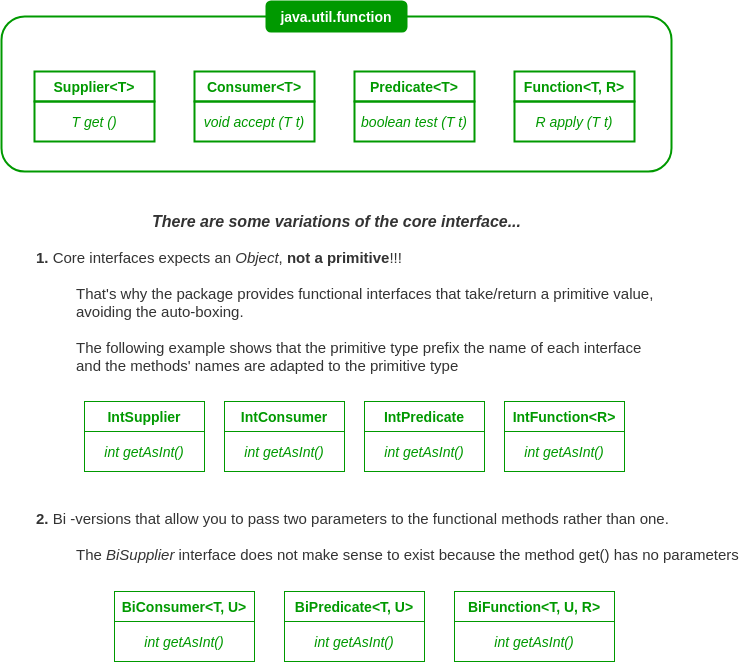
This is lambda_and_functional_interfaces/readme_resources/core-functional-interfaces.png from giuseppeiacono/OCP-Java-SE-8, a draw.io export, as it was before one commit. Source tidied: cells renumbered, new cells last; positions are measured from the earlier drawing's top-left corner, leaving out a move shared by most shapes.
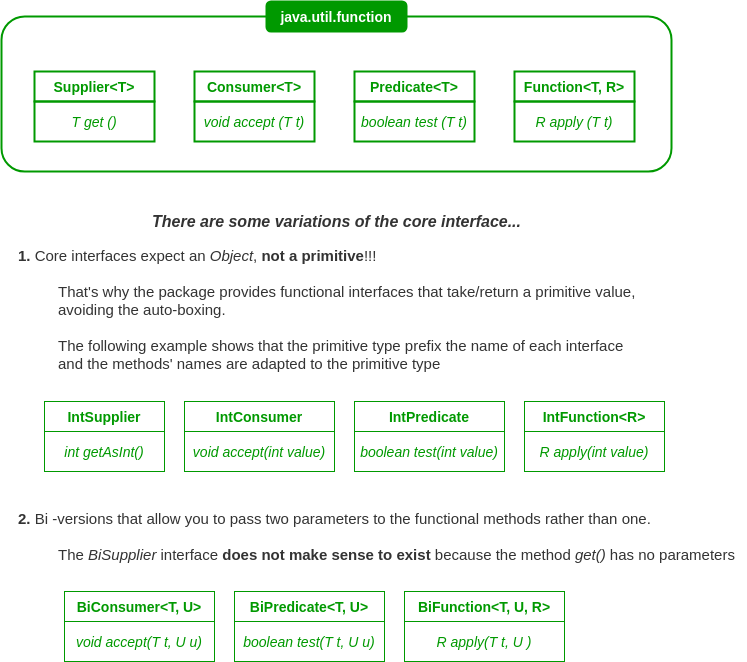
Later version of the same file.

Change to the diagram source:
```diff
@@ -48,55 +48,55 @@
       <mxGeometry x="145" y="210" width="380" height="20" as="geometry" />
     </mxCell>
     <mxCell id="17" value="&lt;b&gt;&lt;font color=&quot;#009900&quot;&gt;IntSupplier&lt;/font&gt;&lt;/b&gt;" style="rounded=0;whiteSpace=wrap;html=1;strokeColor=#009900;strokeWidth=1;fillColor=none;fontSize=14;fontColor=#FFFFFF;" parent="1" vertex="1">
-      <mxGeometry x="83" y="400" width="120" height="30" as="geometry" />
+      <mxGeometry x="43" y="400" width="120" height="30" as="geometry" />
     </mxCell>
     <mxCell id="18" value="&lt;b&gt;&lt;font color=&quot;#009900&quot;&gt;IntConsumer&lt;br&gt;&lt;/font&gt;&lt;/b&gt;" style="rounded=0;whiteSpace=wrap;html=1;strokeColor=#009900;strokeWidth=1;fillColor=none;fontSize=14;fontColor=#FFFFFF;" parent="1" vertex="1">
-      <mxGeometry x="223" y="400" width="120" height="30" as="geometry" />
+      <mxGeometry x="183" y="400" width="150" height="30" as="geometry" />
     </mxCell>
     <mxCell id="19" value="&lt;b&gt;&lt;font color=&quot;#009900&quot;&gt;IntPredicate&lt;br&gt;&lt;/font&gt;&lt;/b&gt;" style="rounded=0;whiteSpace=wrap;html=1;strokeColor=#009900;strokeWidth=1;fillColor=none;fontSize=14;fontColor=#FFFFFF;" parent="1" vertex="1">
-      <mxGeometry x="363" y="400" width="120" height="30" as="geometry" />
+      <mxGeometry x="353" y="400" width="150" height="30" as="geometry" />
     </mxCell>
     <mxCell id="20" value="Text" style="text;html=1;align=center;verticalAlign=middle;fontSize=16;fontColor=#FFFFFF;" parent="1" vertex="1">
       <mxGeometry x="122" y="298" width="40" height="20" as="geometry" />
     </mxCell>
-    <mxCell id="21" value="&lt;font style=&quot;font-size: 15px&quot;&gt;&lt;b&gt;1. &lt;/b&gt;Core interfaces expects an &lt;i&gt;Object&lt;/i&gt;, &lt;b&gt;not a primitive&lt;/b&gt;!!!&amp;nbsp;&lt;br&gt;&lt;br&gt;&lt;/font&gt;&lt;blockquote style=&quot;margin: 0 0 0 40px ; border: none ; padding: 0px&quot;&gt;&lt;font style=&quot;font-size: 15px&quot;&gt;That's why the package provides functional interfaces that take/return&amp;nbsp;&lt;/font&gt;&lt;font style=&quot;font-size: 15px&quot;&gt;a primitive value,&amp;nbsp;&lt;/font&gt;&lt;/blockquote&gt;&lt;blockquote style=&quot;margin: 0 0 0 40px ; border: none ; padding: 0px&quot;&gt;&lt;span&gt;avoiding the auto-boxing.&lt;/span&gt;&lt;/blockquote&gt;&lt;blockquote style=&quot;margin: 0 0 0 40px ; border: none ; padding: 0px&quot;&gt;&lt;span&gt;&lt;br&gt;&lt;/span&gt;&lt;/blockquote&gt;&lt;blockquote style=&quot;margin: 0 0 0 40px ; border: none ; padding: 0px&quot;&gt;&lt;span&gt;The following example shows that the primitive type prefix the name of each interface&lt;/span&gt;&lt;/blockquote&gt;&lt;blockquote style=&quot;margin: 0 0 0 40px ; border: none ; padding: 0px&quot;&gt;&lt;span&gt;and the methods' names are adapted to the primitive type&lt;/span&gt;&lt;/blockquote&gt;" style="text;html=1;align=left;verticalAlign=middle;fontSize=15;fontColor=#333333;" parent="1" vertex="1">
-      <mxGeometry x="33" y="245" width="640" height="130" as="geometry" />
+    <mxCell id="21" value="&lt;font style=&quot;font-size: 15px&quot;&gt;&lt;b&gt;1. &lt;/b&gt;Core interfaces expect an &lt;i&gt;Object&lt;/i&gt;, &lt;b&gt;not a primitive&lt;/b&gt;!!!&amp;nbsp;&lt;br&gt;&lt;br&gt;&lt;/font&gt;&lt;blockquote style=&quot;margin: 0 0 0 40px ; border: none ; padding: 0px&quot;&gt;&lt;font style=&quot;font-size: 15px&quot;&gt;That's why the package provides functional interfaces that take/return&amp;nbsp;&lt;/font&gt;&lt;font style=&quot;font-size: 15px&quot;&gt;a primitive value,&amp;nbsp;&lt;/font&gt;&lt;/blockquote&gt;&lt;blockquote style=&quot;margin: 0 0 0 40px ; border: none ; padding: 0px&quot;&gt;&lt;span&gt;avoiding the auto-boxing.&lt;/span&gt;&lt;/blockquote&gt;&lt;blockquote style=&quot;margin: 0 0 0 40px ; border: none ; padding: 0px&quot;&gt;&lt;span&gt;&lt;br&gt;&lt;/span&gt;&lt;/blockquote&gt;&lt;blockquote style=&quot;margin: 0 0 0 40px ; border: none ; padding: 0px&quot;&gt;&lt;span&gt;The following example shows that the primitive type prefix the name of each interface&lt;/span&gt;&lt;/blockquote&gt;&lt;blockquote style=&quot;margin: 0 0 0 40px ; border: none ; padding: 0px&quot;&gt;&lt;span&gt;and the methods' names are adapted to the primitive type&lt;/span&gt;&lt;/blockquote&gt;" style="text;html=1;align=left;verticalAlign=middle;fontSize=15;fontColor=#333333;" parent="1" vertex="1">
+      <mxGeometry x="15" y="243" width="640" height="130" as="geometry" />
     </mxCell>
     <mxCell id="22" value="&lt;b&gt;&lt;font color=&quot;#009900&quot;&gt;IntFunction&amp;lt;R&amp;gt;&lt;/font&gt;&lt;/b&gt;" style="rounded=0;whiteSpace=wrap;html=1;strokeColor=#009900;strokeWidth=1;fillColor=none;fontSize=14;fontColor=#FFFFFF;" parent="1" vertex="1">
-      <mxGeometry x="503" y="400" width="120" height="30" as="geometry" />
+      <mxGeometry x="523" y="400" width="140" height="30" as="geometry" />
     </mxCell>
     <mxCell id="23" value="&lt;font color=&quot;#009900&quot;&gt;&lt;i&gt;int getAsInt()&lt;/i&gt;&lt;/font&gt;" style="rounded=0;whiteSpace=wrap;html=1;strokeColor=#009900;strokeWidth=1;fillColor=none;fontSize=14;fontColor=#FFFFFF;" parent="1" vertex="1">
-      <mxGeometry x="83" y="430" width="120" height="40" as="geometry" />
+      <mxGeometry x="43" y="430" width="120" height="40" as="geometry" />
     </mxCell>
-    <mxCell id="24" value="&lt;font color=&quot;#009900&quot;&gt;&lt;i&gt;int getAsInt()&lt;/i&gt;&lt;/font&gt;" style="rounded=0;whiteSpace=wrap;html=1;strokeColor=#009900;strokeWidth=1;fillColor=none;fontSize=14;fontColor=#FFFFFF;" parent="1" vertex="1">
-      <mxGeometry x="223" y="430" width="120" height="40" as="geometry" />
+    <mxCell id="24" value="&lt;font color=&quot;#009900&quot;&gt;&lt;i&gt;void accept(int value)&lt;/i&gt;&lt;/font&gt;" style="rounded=0;whiteSpace=wrap;html=1;strokeColor=#009900;strokeWidth=1;fillColor=none;fontSize=14;fontColor=#FFFFFF;" parent="1" vertex="1">
+      <mxGeometry x="183" y="430" width="150" height="40" as="geometry" />
     </mxCell>
-    <mxCell id="25" value="&lt;font color=&quot;#009900&quot;&gt;&lt;i&gt;int getAsInt()&lt;/i&gt;&lt;/font&gt;" style="rounded=0;whiteSpace=wrap;html=1;strokeColor=#009900;strokeWidth=1;fillColor=none;fontSize=14;fontColor=#FFFFFF;" parent="1" vertex="1">
-      <mxGeometry x="363" y="430" width="120" height="40" as="geometry" />
+    <mxCell id="25" value="&lt;font color=&quot;#009900&quot;&gt;&lt;i&gt;boolean test(&lt;/i&gt;&lt;/font&gt;&lt;i style=&quot;color: rgb(0 , 153 , 0)&quot;&gt;int value&lt;/i&gt;&lt;font color=&quot;#009900&quot;&gt;&lt;i&gt;)&lt;/i&gt;&lt;/font&gt;" style="rounded=0;whiteSpace=wrap;html=1;strokeColor=#009900;strokeWidth=1;fillColor=none;fontSize=14;fontColor=#FFFFFF;" parent="1" vertex="1">
+      <mxGeometry x="353" y="430" width="150" height="40" as="geometry" />
     </mxCell>
-    <mxCell id="26" value="&lt;font color=&quot;#009900&quot;&gt;&lt;i&gt;int getAsInt()&lt;/i&gt;&lt;/font&gt;" style="rounded=0;whiteSpace=wrap;html=1;strokeColor=#009900;strokeWidth=1;fillColor=none;fontSize=14;fontColor=#FFFFFF;" parent="1" vertex="1">
-      <mxGeometry x="503" y="430" width="120" height="40" as="geometry" />
+    <mxCell id="26" value="&lt;font color=&quot;#009900&quot;&gt;&lt;i&gt;R apply(&lt;/i&gt;&lt;/font&gt;&lt;i style=&quot;color: rgb(0 , 153 , 0)&quot;&gt;int value&lt;/i&gt;&lt;font color=&quot;#009900&quot;&gt;&lt;i&gt;)&lt;/i&gt;&lt;/font&gt;" style="rounded=0;whiteSpace=wrap;html=1;strokeColor=#009900;strokeWidth=1;fillColor=none;fontSize=14;fontColor=#FFFFFF;" parent="1" vertex="1">
+      <mxGeometry x="523" y="430" width="140" height="40" as="geometry" />
     </mxCell>
-    <mxCell id="27" value="&lt;font&gt;&lt;b style=&quot;font-size: 15px&quot;&gt;2.&amp;nbsp;&lt;/b&gt;&lt;span&gt;Bi -versions that allow you to pass two&amp;nbsp;&lt;/span&gt;&lt;span&gt;parameters to the functional methods rather than one.&lt;/span&gt;&lt;br&gt;&lt;/font&gt;&lt;blockquote style=&quot;margin: 0px 0px 0px 40px ; border: none ; padding: 0px&quot;&gt;&lt;br&gt;&lt;/blockquote&gt;&lt;blockquote style=&quot;margin: 0px 0px 0px 40px ; border: none ; padding: 0px&quot;&gt;The &lt;i&gt;BiSupplier&lt;/i&gt; interface does not make sense to exist because the method get() has no parameters&lt;/blockquote&gt;" style="text;html=1;align=left;verticalAlign=middle;fontSize=15;fontColor=#333333;" parent="1" vertex="1">
-      <mxGeometry x="33" y="505" width="720" height="60" as="geometry" />
+    <mxCell id="27" value="&lt;font&gt;&lt;b style=&quot;font-size: 15px&quot;&gt;2.&amp;nbsp;&lt;/b&gt;&lt;span&gt;Bi -versions that allow you to pass two&amp;nbsp;&lt;/span&gt;&lt;span&gt;parameters to the functional methods rather than one.&lt;/span&gt;&lt;br&gt;&lt;/font&gt;&lt;blockquote style=&quot;margin: 0px 0px 0px 40px ; border: none ; padding: 0px&quot;&gt;&lt;br&gt;&lt;/blockquote&gt;&lt;blockquote style=&quot;margin: 0px 0px 0px 40px ; border: none ; padding: 0px&quot;&gt;The &lt;i&gt;BiSupplier&lt;/i&gt; interface &lt;b&gt;does not make sense to exist&lt;/b&gt; because the method &lt;i&gt;get()&lt;/i&gt; has no parameters&lt;/blockquote&gt;" style="text;html=1;align=left;verticalAlign=middle;fontSize=15;fontColor=#333333;" parent="1" vertex="1">
+      <mxGeometry x="15" y="505" width="730" height="60" as="geometry" />
     </mxCell>
     <mxCell id="28" value="&lt;b&gt;&lt;font color=&quot;#009900&quot;&gt;BiConsumer&amp;lt;T, U&amp;gt;&lt;br&gt;&lt;/font&gt;&lt;/b&gt;" style="rounded=0;whiteSpace=wrap;html=1;strokeColor=#009900;strokeWidth=1;fillColor=none;fontSize=14;fontColor=#FFFFFF;" parent="1" vertex="1">
-      <mxGeometry x="113" y="590" width="140" height="30" as="geometry" />
+      <mxGeometry x="63" y="590" width="150" height="30" as="geometry" />
     </mxCell>
     <mxCell id="29" value="&lt;b&gt;&lt;font color=&quot;#009900&quot;&gt;BiPredicate&lt;/font&gt;&lt;/b&gt;&lt;b&gt;&lt;font color=&quot;#009900&quot;&gt;&amp;lt;T, U&amp;gt;&lt;/font&gt;&lt;/b&gt;&lt;b&gt;&lt;font color=&quot;#009900&quot;&gt;&lt;br&gt;&lt;/font&gt;&lt;/b&gt;" style="rounded=0;whiteSpace=wrap;html=1;strokeColor=#009900;strokeWidth=1;fillColor=none;fontSize=14;fontColor=#FFFFFF;" parent="1" vertex="1">
-      <mxGeometry x="283" y="590" width="140" height="30" as="geometry" />
+      <mxGeometry x="233" y="590" width="150" height="30" as="geometry" />
     </mxCell>
     <mxCell id="30" value="&lt;b&gt;&lt;font color=&quot;#009900&quot;&gt;BiFunction&lt;/font&gt;&lt;/b&gt;&lt;b&gt;&lt;font color=&quot;#009900&quot;&gt;&amp;lt;T, U, R&amp;gt;&lt;/font&gt;&lt;/b&gt;" style="rounded=0;whiteSpace=wrap;html=1;strokeColor=#009900;strokeWidth=1;fillColor=none;fontSize=14;fontColor=#FFFFFF;" parent="1" vertex="1">
-      <mxGeometry x="453" y="590" width="160" height="30" as="geometry" />
+      <mxGeometry x="403" y="590" width="160" height="30" as="geometry" />
     </mxCell>
-    <mxCell id="31" value="&lt;font color=&quot;#009900&quot;&gt;&lt;i&gt;int getAsInt()&lt;/i&gt;&lt;/font&gt;" style="rounded=0;whiteSpace=wrap;html=1;strokeColor=#009900;strokeWidth=1;fillColor=none;fontSize=14;fontColor=#FFFFFF;" parent="1" vertex="1">
-      <mxGeometry x="113" y="620" width="140" height="40" as="geometry" />
+    <mxCell id="31" value="&lt;font color=&quot;#009900&quot;&gt;&lt;i&gt;void accept(T t, U u)&lt;/i&gt;&lt;/font&gt;" style="rounded=0;whiteSpace=wrap;html=1;strokeColor=#009900;strokeWidth=1;fillColor=none;fontSize=14;fontColor=#FFFFFF;" parent="1" vertex="1">
+      <mxGeometry x="63" y="620" width="150" height="40" as="geometry" />
     </mxCell>
-    <mxCell id="32" value="&lt;font color=&quot;#009900&quot;&gt;&lt;i&gt;int getAsInt()&lt;/i&gt;&lt;/font&gt;" style="rounded=0;whiteSpace=wrap;html=1;strokeColor=#009900;strokeWidth=1;fillColor=none;fontSize=14;fontColor=#FFFFFF;" parent="1" vertex="1">
-      <mxGeometry x="283" y="620" width="140" height="40" as="geometry" />
+    <mxCell id="32" value="&lt;font color=&quot;#009900&quot;&gt;&lt;i&gt;boolean test(T t, U u)&lt;/i&gt;&lt;/font&gt;" style="rounded=0;whiteSpace=wrap;html=1;strokeColor=#009900;strokeWidth=1;fillColor=none;fontSize=14;fontColor=#FFFFFF;" parent="1" vertex="1">
+      <mxGeometry x="233" y="620" width="150" height="40" as="geometry" />
     </mxCell>
-    <mxCell id="33" value="&lt;font color=&quot;#009900&quot;&gt;&lt;i&gt;int getAsInt()&lt;/i&gt;&lt;/font&gt;" style="rounded=0;whiteSpace=wrap;html=1;strokeColor=#009900;strokeWidth=1;fillColor=none;fontSize=14;fontColor=#FFFFFF;" parent="1" vertex="1">
-      <mxGeometry x="453" y="620" width="160" height="40" as="geometry" />
+    <mxCell id="33" value="&lt;font color=&quot;#009900&quot;&gt;&lt;i&gt;R apply(T t, U )&lt;/i&gt;&lt;/font&gt;" style="rounded=0;whiteSpace=wrap;html=1;strokeColor=#009900;strokeWidth=1;fillColor=none;fontSize=14;fontColor=#FFFFFF;" parent="1" vertex="1">
+      <mxGeometry x="403" y="620" width="160" height="40" as="geometry" />
     </mxCell>
   </root>
 </mxGraphModel>
```
